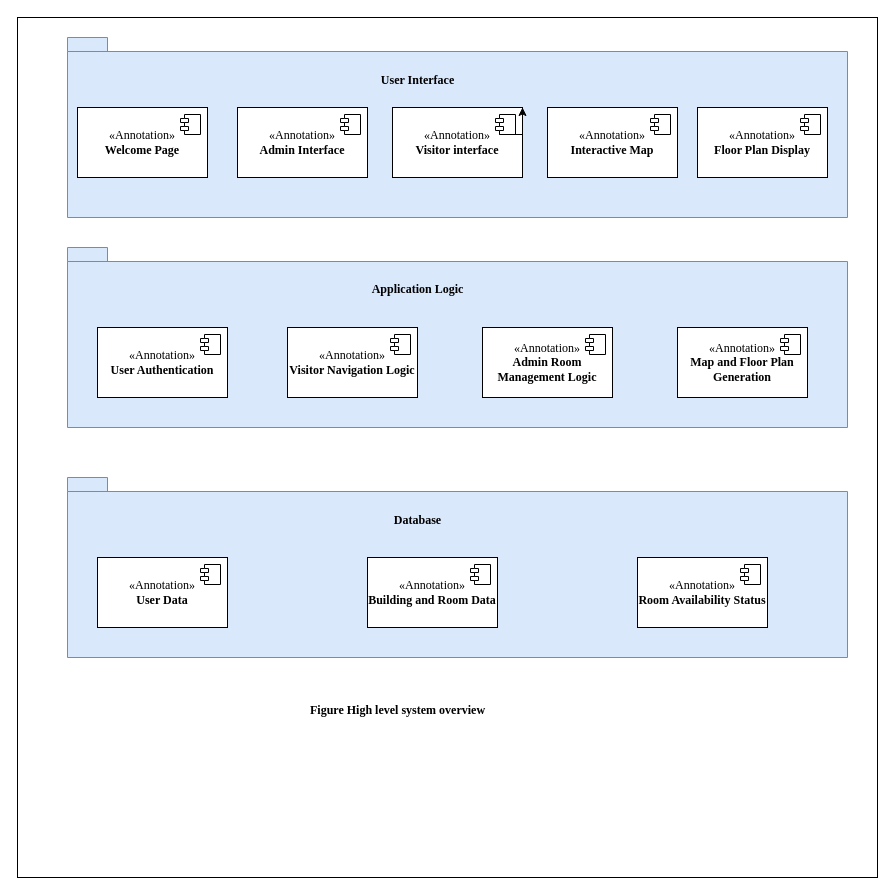
TsiOnshime/diagrams keeps this draw.io diagram as HighLevelSystemOverviewDiagram.drawio. Above is the earlier version. Source tidied: cells renumbered, new cells numbered last; positions are measured from the earlier drawing's top-left corner, leaving out a move shared by most shapes. Both pictures are drawn from the tidied source at 100%, with x=0, y=0 at pixel (17, 17).
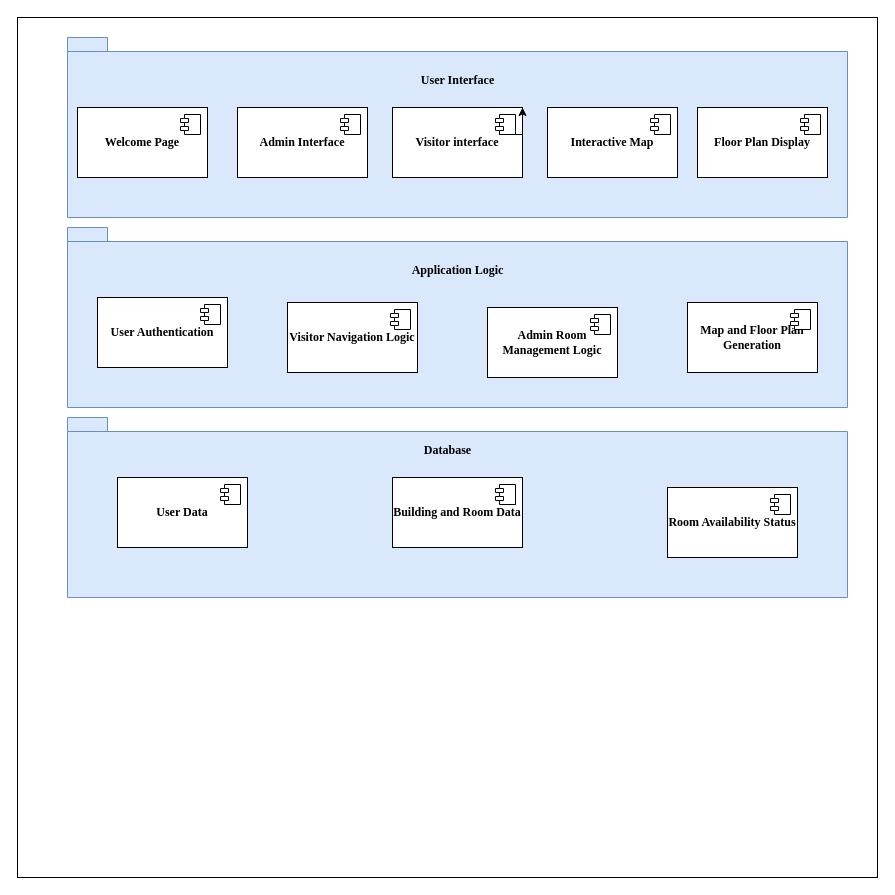
After the change.

Change to the diagram source:
```diff
@@
     <mxCell id="4" style="shape=folder;fontStyle=1;spacingTop=10;tabWidth=40;tabHeight=14;tabPosition=left;html=1;whiteSpace=wrap;fillColor=#dae8fc;strokeColor=#6c8ebf;fontFamily=Times New Roman;spacing=2;" parent="1" vertex="1">
-      <mxGeometry x="50" y="230" width="780" height="180" as="geometry" />
+      <mxGeometry x="50" y="210" width="780" height="180" as="geometry" />
     </mxCell>
     <mxCell id="5" style="shape=folder;fontStyle=1;spacingTop=10;tabWidth=40;tabHeight=14;tabPosition=left;html=1;whiteSpace=wrap;fillColor=#dae8fc;strokeColor=#6c8ebf;fontFamily=Times New Roman;spacing=2;" parent="1" vertex="1">
-      <mxGeometry x="50" y="460" width="780" height="180" as="geometry" />
+      <mxGeometry x="50" y="400" width="780" height="180" as="geometry" />
     </mxCell>
-    <mxCell id="6" value="«Annotation»&lt;br&gt;&lt;b&gt;Welcome Page&lt;/b&gt;" style="html=1;whiteSpace=wrap;fontFamily=Times New Roman;spacing=2;" parent="1" vertex="1">
+    <mxCell id="6" value="&lt;b&gt;Welcome Page&lt;/b&gt;" style="html=1;whiteSpace=wrap;fontFamily=Times New Roman;spacing=2;" parent="1" vertex="1">
       <mxGeometry x="60" y="90" width="130" height="70" as="geometry" />
     </mxCell>
@@
-    <mxCell id="8" value="«Annotation»&lt;br&gt;&lt;b&gt;Floor Plan Display&lt;/b&gt;" style="html=1;whiteSpace=wrap;fontFamily=Times New Roman;spacing=2;" parent="1" vertex="1">
+    <mxCell id="8" value="&lt;b&gt;Floor Plan Display&lt;/b&gt;" style="html=1;whiteSpace=wrap;fontFamily=Times New Roman;spacing=2;" parent="1" vertex="1">
       <mxGeometry x="680" y="90" width="130" height="70" as="geometry" />
     </mxCell>
@@
-    <mxCell id="10" value="«Annotation»&lt;br&gt;&lt;b&gt;Admin Interface&lt;/b&gt;" style="html=1;whiteSpace=wrap;fontFamily=Times New Roman;spacing=2;" parent="1" vertex="1">
+    <mxCell id="10" value="&lt;b&gt;Admin Interface&lt;/b&gt;" style="html=1;whiteSpace=wrap;fontFamily=Times New Roman;spacing=2;" parent="1" vertex="1">
       <mxGeometry x="220" y="90" width="130" height="70" as="geometry" />
     </mxCell>
@@
-    <mxCell id="12" value="«Annotation»&lt;br&gt;&lt;b&gt;Visitor interface&lt;/b&gt;" style="html=1;whiteSpace=wrap;fontFamily=Times New Roman;spacing=2;" parent="1" vertex="1">
+    <mxCell id="12" value="&lt;b&gt;Visitor interface&lt;/b&gt;" style="html=1;whiteSpace=wrap;fontFamily=Times New Roman;spacing=2;" parent="1" vertex="1">
       <mxGeometry x="375" y="90" width="130" height="70" as="geometry" />
     </mxCell>
@@
-    <mxCell id="14" value="«Annotation»&lt;br&gt;&lt;b&gt;Interactive Map&lt;/b&gt;" style="html=1;whiteSpace=wrap;fontFamily=Times New Roman;spacing=2;" parent="1" vertex="1">
+    <mxCell id="14" value="&lt;b&gt;Interactive Map&lt;/b&gt;" style="html=1;whiteSpace=wrap;fontFamily=Times New Roman;spacing=2;" parent="1" vertex="1">
       <mxGeometry x="530" y="90" width="130" height="70" as="geometry" />
     </mxCell>
@@
     <mxCell id="16" value="User Interface" style="text;align=center;fontStyle=1;verticalAlign=middle;spacingLeft=3;spacingRight=3;strokeColor=none;html=1;fontFamily=Times New Roman;spacing=2;" parent="1" vertex="1">
-      <mxGeometry x="360" y="50" width="80" height="26" as="geometry" />
+      <mxGeometry x="400" y="50" width="80" height="26" as="geometry" />
     </mxCell>
@@
-    <mxCell id="18" value="«Annotation»&lt;br&gt;&lt;b&gt;User Authentication&lt;/b&gt;" style="html=1;whiteSpace=wrap;fontFamily=Times New Roman;spacing=2;" parent="1" vertex="1">
-      <mxGeometry x="80" y="310" width="130" height="70" as="geometry" />
+    <mxCell id="18" value="&lt;b&gt;User Authentication&lt;/b&gt;" style="html=1;whiteSpace=wrap;fontFamily=Times New Roman;spacing=2;" parent="1" vertex="1">
+      <mxGeometry x="80" y="280" width="130" height="70" as="geometry" />
     </mxCell>
@@
-    <mxCell id="20" value="«Annotation»&lt;br&gt;&lt;b&gt;Visitor Navigation Logic&lt;/b&gt;" style="html=1;whiteSpace=wrap;fontFamily=Times New Roman;spacing=2;" parent="1" vertex="1">
-      <mxGeometry x="270" y="310" width="130" height="70" as="geometry" />
+    <mxCell id="20" value="&lt;b&gt;Visitor Navigation Logic&lt;/b&gt;" style="html=1;whiteSpace=wrap;fontFamily=Times New Roman;spacing=2;" parent="1" vertex="1">
+      <mxGeometry x="270" y="285" width="130" height="70" as="geometry" />
     </mxCell>
@@
     <mxCell id="22" value="Application Logic" style="text;align=center;fontStyle=1;verticalAlign=middle;spacingLeft=3;spacingRight=3;strokeColor=none;html=1;fontFamily=Times New Roman;spacing=2;" parent="1" vertex="1">
-      <mxGeometry x="360" y="259" width="80" height="26" as="geometry" />
+      <mxGeometry x="400" y="240" width="80" height="26" as="geometry" />
     </mxCell>
-    <mxCell id="23" value="«Annotation»&lt;br&gt;&lt;b&gt;Admin Room Management Logic&lt;/b&gt;" style="html=1;whiteSpace=wrap;fontFamily=Times New Roman;spacing=2;" parent="1" vertex="1">
-      <mxGeometry x="465" y="310" width="130" height="70" as="geometry" />
+    <mxCell id="23" value="&lt;b&gt;Admin Room Management Logic&lt;/b&gt;" style="html=1;whiteSpace=wrap;fontFamily=Times New Roman;spacing=2;" parent="1" vertex="1">
+      <mxGeometry x="470" y="290" width="130" height="70" as="geometry" />
     </mxCell>
@@
-    <mxCell id="25" value="«Annotation»&lt;br&gt;&lt;b&gt;Map and Floor Plan Generation&lt;/b&gt;" style="html=1;whiteSpace=wrap;fontFamily=Times New Roman;spacing=2;" parent="1" vertex="1">
-      <mxGeometry x="660" y="310" width="130" height="70" as="geometry" />
+    <mxCell id="25" value="&lt;b&gt;Map and Floor Plan Generation&lt;/b&gt;" style="html=1;whiteSpace=wrap;fontFamily=Times New Roman;spacing=2;" parent="1" vertex="1">
+      <mxGeometry x="670" y="285" width="130" height="70" as="geometry" />
     </mxCell>
@@
     <mxCell id="27" value="Database" style="text;align=center;fontStyle=1;verticalAlign=middle;spacingLeft=3;spacingRight=3;strokeColor=none;html=1;fontFamily=Times New Roman;spacing=2;" parent="1" vertex="1">
-      <mxGeometry x="360" y="490" width="80" height="26" as="geometry" />
+      <mxGeometry x="390" y="420" width="80" height="26" as="geometry" />
     </mxCell>
-    <mxCell id="28" value="«Annotation»&lt;br&gt;&lt;b&gt;Room Availability Status&lt;/b&gt;" style="html=1;whiteSpace=wrap;fontFamily=Times New Roman;spacing=2;" parent="1" vertex="1">
-      <mxGeometry x="620" y="540" width="130" height="70" as="geometry" />
+    <mxCell id="28" value="&lt;b&gt;Room Availability Status&lt;/b&gt;" style="html=1;whiteSpace=wrap;fontFamily=Times New Roman;spacing=2;" parent="1" vertex="1">
+      <mxGeometry x="650" y="470" width="130" height="70" as="geometry" />
     </mxCell>
@@
-    <mxCell id="30" value="«Annotation»&lt;br&gt;&lt;b&gt;Building and Room Data&lt;/b&gt;" style="html=1;whiteSpace=wrap;fontFamily=Times New Roman;spacing=2;" parent="1" vertex="1">
-      <mxGeometry x="350" y="540" width="130" height="70" as="geometry" />
+    <mxCell id="30" value="&lt;b&gt;Building and Room Data&lt;/b&gt;" style="html=1;whiteSpace=wrap;fontFamily=Times New Roman;spacing=2;" parent="1" vertex="1">
+      <mxGeometry x="375" y="460" width="130" height="70" as="geometry" />
     </mxCell>
@@
-    <mxCell id="32" value="«Annotation»&lt;br&gt;&lt;b&gt;User Data&lt;/b&gt;" style="html=1;whiteSpace=wrap;fontFamily=Times New Roman;spacing=2;" parent="1" vertex="1">
-      <mxGeometry x="80" y="540" width="130" height="70" as="geometry" />
+    <mxCell id="32" value="&lt;b&gt;User Data&lt;/b&gt;" style="html=1;whiteSpace=wrap;fontFamily=Times New Roman;spacing=2;" parent="1" vertex="1">
+      <mxGeometry x="100" y="460" width="130" height="70" as="geometry" />
     </mxCell>
@@
-    <mxCell id="34" value="Figure High level system overview" style="text;align=center;fontStyle=1;verticalAlign=middle;spacingLeft=3;spacingRight=3;strokeColor=none;html=1;fontFamily=Times New Roman;spacing=2;" parent="1" vertex="1">
-      <mxGeometry x="190" y="680" width="380" height="26" as="geometry" />
-    </mxCell>
```
